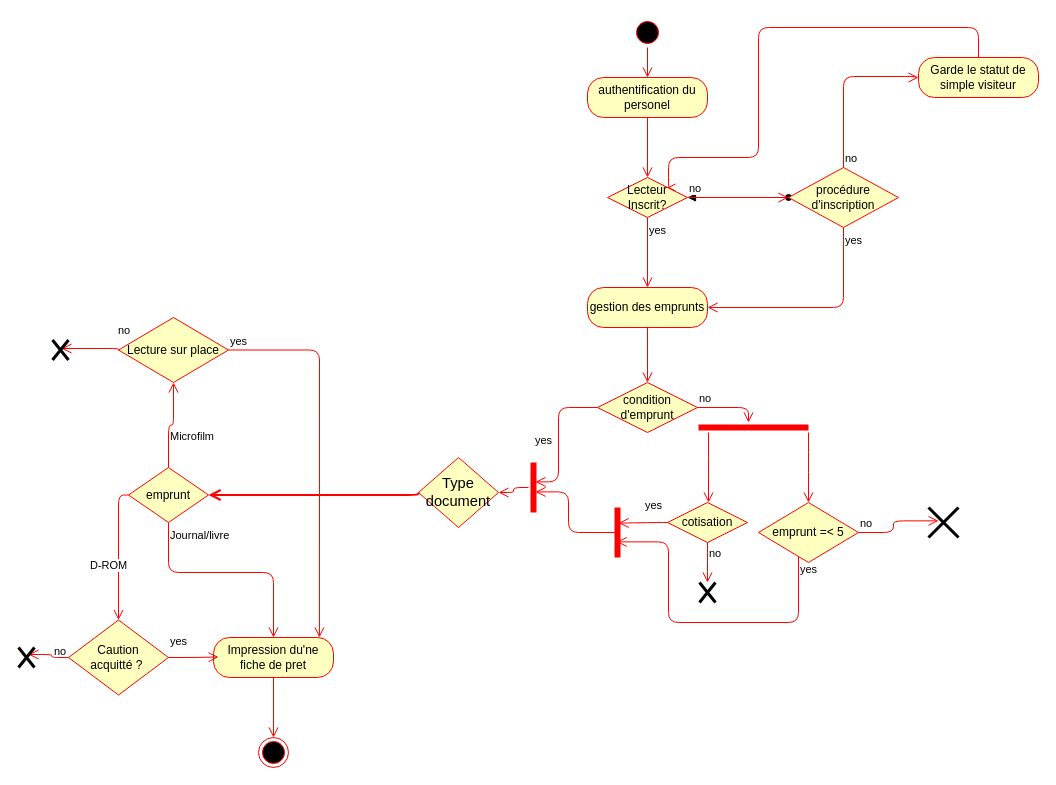
The draw.io diagram page "diagramme activité emprunt" (3 of 4) of CDA - 20228/AUTRES/ULM/library.drawio in Noe-Kisungu/Projet-Jarditou, before the edit. Source tidied: cells renumbered, new cells numbered last; positions are measured from the earlier drawing's top-left corner, leaving out a move shared by most shapes. Both pictures are drawn from the tidied source at 100%, with x=0, y=0 at pixel (18, 17).
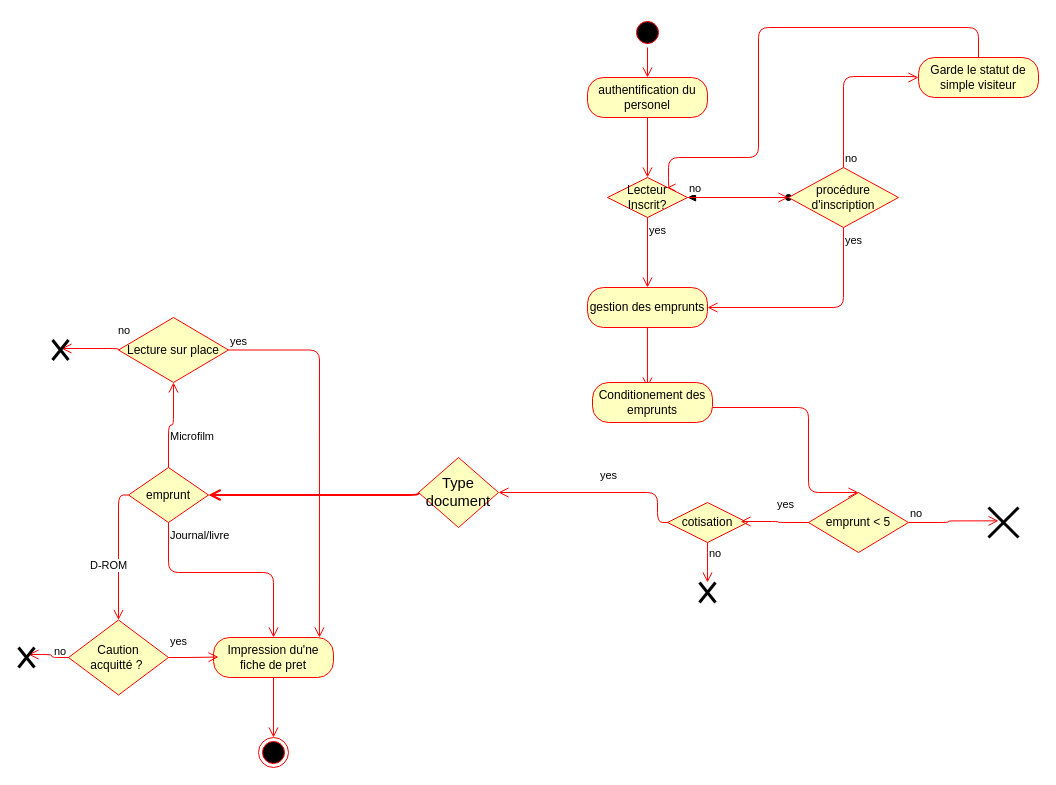
The same diagram, later.

Commit message:
fin ULM

The change refers to these unchanged cells:
```xml
<mxCell id="4" value="gestion des emprunts" style="rounded=1;whiteSpace=wrap;html=1;arcSize=40;fontColor=#000000;fillColor=#ffffc0;strokeColor=#ff0000;labelBackgroundColor=none;" parent="1" vertex="1">
  <mxGeometry x="569" y="270" width="120" height="40" as="geometry" />
</mxCell>
<mxCell id="12" value="cotisation" style="rhombus;whiteSpace=wrap;html=1;fillColor=#ffffc0;strokeColor=#ff0000;labelBackgroundColor=none;" parent="1" vertex="1">
  <mxGeometry x="649" y="485" width="80" height="40" as="geometry" />
</mxCell>
<mxCell id="32" value="&lt;font face=&quot;calibri, sans-serif&quot;&gt;&lt;span style=&quot;font-size: 14.6667px&quot;&gt;Type document&lt;/span&gt;&lt;/font&gt;" style="rhombus;whiteSpace=wrap;html=1;fillColor=#ffffc0;strokeColor=#ff0000;labelBackgroundColor=none;" parent="1" vertex="1">
  <mxGeometry x="400" y="440" width="80" height="70" as="geometry" />
</mxCell>
```

The edit, as a diff of the source:
```diff
@@
-    <mxCell id="5" style="edgeStyle=orthogonalEdgeStyle;html=1;verticalAlign=bottom;endArrow=open;endSize=8;strokeColor=#ff0000;entryX=0.5;entryY=0;entryDx=0;entryDy=0;" parent="1" edge="1" source="4" target="6">
+    <mxCell id="5" style="edgeStyle=orthogonalEdgeStyle;html=1;verticalAlign=bottom;endArrow=open;endSize=8;strokeColor=#ff0000;entryX=0.458;entryY=0.125;entryDx=0;entryDy=0;entryPerimeter=0;" parent="1" edge="1" source="4" target="56">
       <mxGeometry relative="1" as="geometry" />
     </mxCell>
-    <mxCell id="6" value="condition d'emprunt" style="rhombus;whiteSpace=wrap;html=1;fillColor=#ffffc0;strokeColor=#ff0000;labelBackgroundColor=none;" parent="1" vertex="1">
-      <mxGeometry x="579" y="365" width="100" height="50" as="geometry" />
-    </mxCell>
-    <mxCell id="7" value="no" style="edgeStyle=orthogonalEdgeStyle;html=1;align=left;verticalAlign=bottom;endArrow=open;endSize=8;strokeColor=#ff0000;" parent="1" edge="1" source="6">
-      <mxGeometry x="-1" relative="1" as="geometry">
-        <mxPoint x="730" y="405" as="targetPoint" />
-        <Array as="points">
-          <mxPoint x="730" y="390" />
-          <mxPoint x="730" y="390" />
-        </Array>
-      </mxGeometry>
-    </mxCell>
-    <mxCell id="8" value="yes" style="edgeStyle=orthogonalEdgeStyle;html=1;align=left;verticalAlign=top;endArrow=open;endSize=8;strokeColor=#ff0000;exitX=0;exitY=0.5;exitDx=0;exitDy=0;entryX=0.388;entryY=0.3;entryDx=0;entryDy=0;entryPerimeter=0;" parent="1" edge="1" source="6" target="22">
-      <mxGeometry x="-0.14" y="-25" relative="1" as="geometry">
-        <Array as="points">
-          <mxPoint x="540" y="390" />
-          <mxPoint x="540" y="464" />
-        </Array>
-      </mxGeometry>
-    </mxCell>
-    <mxCell id="9" style="shape=line;html=1;strokeWidth=6;strokeColor=#ff0000;labelBackgroundColor=none;" parent="1" vertex="1">
-      <mxGeometry x="680" y="405" width="110" height="10" as="geometry" />
-    </mxCell>
-    <mxCell id="10" style="edgeStyle=orthogonalEdgeStyle;html=1;verticalAlign=bottom;endArrow=open;endSize=8;strokeColor=#ff0000;entryX=0.5;entryY=0;entryDx=0;entryDy=0;" parent="1" edge="1" source="9" target="15">
+    <mxCell id="10" style="edgeStyle=orthogonalEdgeStyle;html=1;verticalAlign=bottom;endArrow=open;endSize=8;strokeColor=#ff0000;entryX=0.5;entryY=0;entryDx=0;entryDy=0;exitX=0.967;exitY=0.625;exitDx=0;exitDy=0;exitPerimeter=0;" parent="1" edge="1" source="56" target="15">
       <mxGeometry relative="1" as="geometry">
         <Array as="points">
-          <mxPoint x="790" y="445" />
-          <mxPoint x="790" y="445" />
+          <mxPoint x="790" y="390" />
+          <mxPoint x="790" y="475" />
         </Array>
       </mxGeometry>
     </mxCell>
-    <mxCell id="11" style="edgeStyle=orthogonalEdgeStyle;html=1;verticalAlign=bottom;endArrow=open;endSize=8;strokeColor=#ff0000;exitX=0.091;exitY=1;exitDx=0;exitDy=0;exitPerimeter=0;" parent="1" edge="1" source="9">
-      <mxGeometry relative="1" as="geometry">
-        <mxPoint x="690" y="485" as="targetPoint" />
-      </mxGeometry>
-    </mxCell>
@@
-    <mxCell id="14" value="yes" style="edgeStyle=orthogonalEdgeStyle;html=1;align=left;verticalAlign=top;endArrow=open;endSize=8;strokeColor=#ff0000;exitX=0;exitY=0.5;exitDx=0;exitDy=0;entryX=0.312;entryY=0.38;entryDx=0;entryDy=0;entryPerimeter=0;" parent="1" edge="1" source="12" target="20">
+    <mxCell id="14" value="yes" style="edgeStyle=orthogonalEdgeStyle;html=1;align=left;verticalAlign=top;endArrow=open;endSize=8;strokeColor=#ff0000;exitX=0;exitY=0.5;exitDx=0;exitDy=0;entryX=1;entryY=0.5;entryDx=0;entryDy=0;" parent="1" edge="1" source="12" target="32">
       <mxGeometry x="-0.01" y="-30" relative="1" as="geometry">
         <Array as="points">
           <mxPoint x="639" y="505" />
+          <mxPoint x="639" y="475" />
         </Array>
       </mxGeometry>
     </mxCell>
-    <mxCell id="15" value="emprunt =&amp;lt; 5" style="rhombus;whiteSpace=wrap;html=1;fillColor=#ffffc0;strokeColor=#ff0000;labelBackgroundColor=none;" parent="1" vertex="1">
-      <mxGeometry x="740" y="485" width="100" height="60" as="geometry" />
+    <mxCell id="15" value="emprunt &amp;lt; 5" style="rhombus;whiteSpace=wrap;html=1;fillColor=#ffffc0;strokeColor=#ff0000;labelBackgroundColor=none;" parent="1" vertex="1">
+      <mxGeometry x="790" y="475" width="100" height="60" as="geometry" />
     </mxCell>
@@
-    <mxCell id="17" value="yes" style="edgeStyle=orthogonalEdgeStyle;html=1;align=left;verticalAlign=top;endArrow=open;endSize=8;strokeColor=#ff0000;entryX=0.688;entryY=0.58;entryDx=0;entryDy=0;entryPerimeter=0;" parent="1" edge="1" source="15" target="20">
-      <mxGeometry x="-1" relative="1" as="geometry">
-        <Array as="points">
-          <mxPoint x="780" y="605" />
-          <mxPoint x="650" y="605" />
-          <mxPoint x="650" y="524" />
-        </Array>
-      </mxGeometry>
-    </mxCell>
@@
     <mxCell id="19" style="shape=umlDestroy;whiteSpace=wrap;html=1;strokeWidth=3;labelBackgroundColor=none;" parent="1" vertex="1">
-      <mxGeometry x="910" y="490" width="30" height="30" as="geometry" />
+      <mxGeometry x="970" y="490" width="30" height="30" as="geometry" />
     </mxCell>
-    <mxCell id="20" style="shape=line;html=1;strokeWidth=6;strokeColor=#ff0000;labelBackgroundColor=none;rotation=90;" parent="1" vertex="1">
-      <mxGeometry x="574" y="510" width="50" height="10" as="geometry" />
-    </mxCell>
-    <mxCell id="21" style="edgeStyle=orthogonalEdgeStyle;html=1;verticalAlign=bottom;endArrow=open;endSize=8;strokeColor=#ff0000;entryX=0.588;entryY=0.3;entryDx=0;entryDy=0;entryPerimeter=0;" parent="1" edge="1" target="22">
-      <mxGeometry relative="1" as="geometry">
-        <mxPoint x="599" y="515" as="sourcePoint" />
-        <Array as="points">
-          <mxPoint x="599" y="515" />
-          <mxPoint x="550" y="515" />
-          <mxPoint x="550" y="474" />
-        </Array>
-      </mxGeometry>
-    </mxCell>
-    <mxCell id="22" style="shape=line;html=1;strokeWidth=6;strokeColor=#ff0000;labelBackgroundColor=none;rotation=90;" parent="1" vertex="1">
-      <mxGeometry x="490" y="465" width="50" height="10" as="geometry" />
-    </mxCell>
@@
-    <mxCell id="34" style="edgeStyle=orthogonalEdgeStyle;html=1;verticalAlign=bottom;endArrow=open;endSize=8;strokeColor=#ff0000;entryX=1;entryY=0.5;entryDx=0;entryDy=0;" parent="1" edge="1" source="22" target="32">
-      <mxGeometry relative="1" as="geometry" />
-    </mxCell>
@@
+    <mxCell id="55" value="yes" style="edgeStyle=orthogonalEdgeStyle;html=1;align=left;verticalAlign=top;endArrow=open;endSize=8;strokeColor=#ff0000;exitX=0;exitY=0.5;exitDx=0;exitDy=0;entryX=0.913;entryY=0.475;entryDx=0;entryDy=0;entryPerimeter=0;" parent="1" edge="1" source="15" target="12">
+      <mxGeometry x="-0.01" y="-30" relative="1" as="geometry" />
+    </mxCell>
+    <mxCell id="56" value="Conditionement des emprunts" style="rounded=1;whiteSpace=wrap;html=1;arcSize=40;fontColor=#000000;fillColor=#ffffc0;strokeColor=#ff0000;" parent="1" vertex="1">
+      <mxGeometry x="574" y="365" width="120" height="40" as="geometry" />
+    </mxCell>
```
